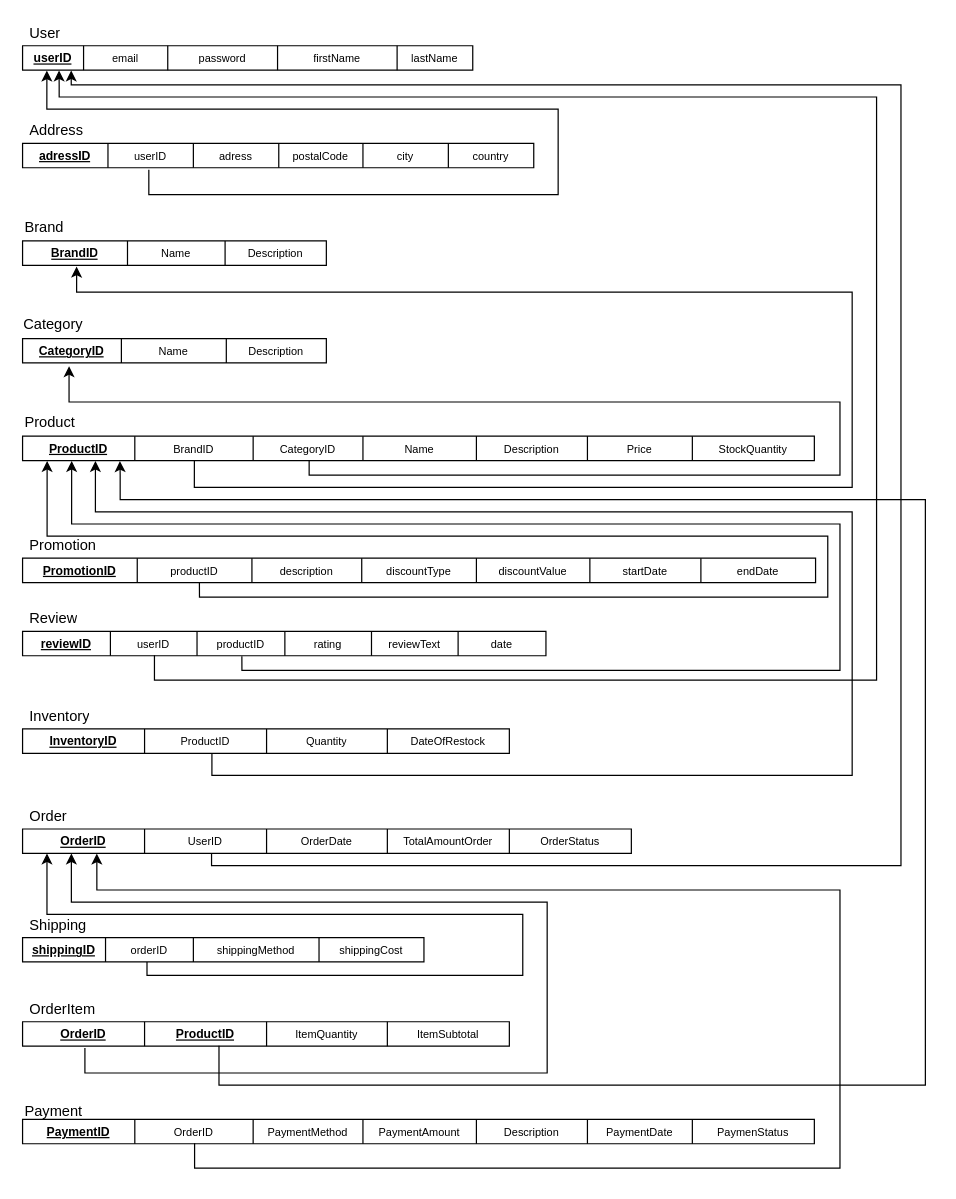
Above: page "Relational schema" (6 of 8) of database-models/ER models.drawio in emilkle/electromart-ecom-website (draw.io), before the change. Source tidied: cells renumbered, new cells numbered last; positions are measured from the earlier drawing's top-left corner, leaving out a move shared by most shapes. Both pictures are drawn from the tidied source at 122%, with x=0, y=0 at pixel (21, 21).
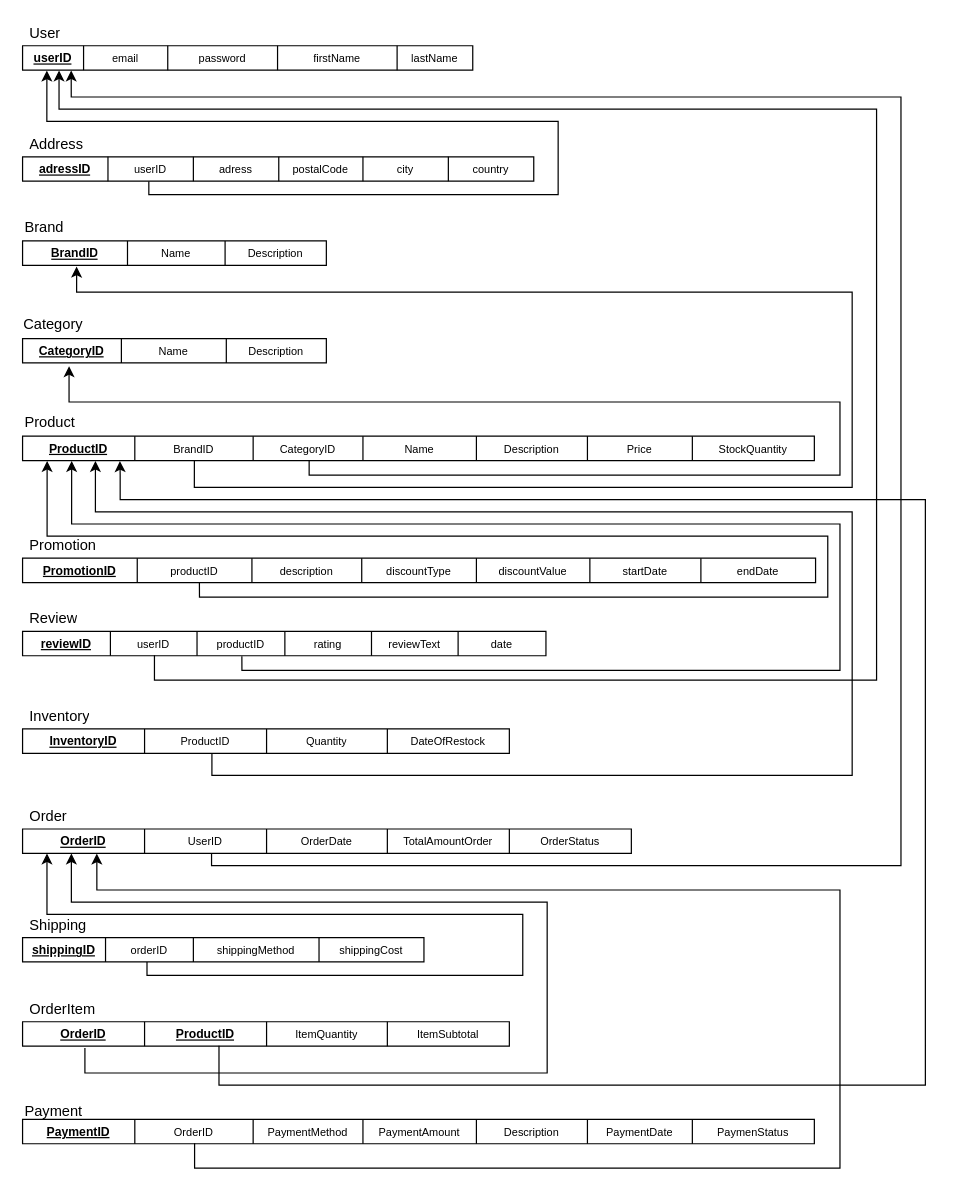
The same diagram, later.

The change refers to these unchanged cells:
```xml
<mxCell id="36" style="shape=tableRow;horizontal=0;startSize=0;swimlaneHead=0;swimlaneBody=0;top=0;left=0;bottom=0;right=0;fillColor=none;points=[[0,0.5],[1,0.5]];portConstraint=eastwest;" parent="35" vertex="1">
  <mxGeometry width="369" height="20" as="geometry" />
</mxCell>
<mxCell id="44" style="shape=tableRow;horizontal=0;startSize=0;swimlaneHead=0;swimlaneBody=0;top=0;left=0;bottom=0;right=0;fillColor=none;points=[[0,0.5],[1,0.5]];portConstraint=eastwest;" parent="43" vertex="1">
  <mxGeometry width="419" height="20" as="geometry" />
</mxCell>
```

Change to the diagram source:
```diff
@@
-    <mxCell id="42" style="edgeStyle=orthogonalEdgeStyle;rounded=0;jettySize=auto;html=1;fontSize=10;exitX=0.247;exitY=1.086;exitDx=0;exitDy=0;exitPerimeter=0;entryX=0.054;entryY=1.018;entryDx=0;entryDy=0;entryPerimeter=0;" parent="1" edge="1" source="44" target="36">
+    <mxCell id="42" style="edgeStyle=orthogonalEdgeStyle;rounded=0;jettySize=auto;html=1;fontSize=10;exitX=0.247;exitY=0.999;exitDx=0;exitDy=0;exitPerimeter=0;entryX=0.054;entryY=1.018;entryDx=0;entryDy=0;entryPerimeter=0;" parent="1" edge="1" source="43" target="36">
       <mxGeometry relative="1" as="geometry">
         <Array as="points">
           <mxPoint x="105" y="142" />
           <mxPoint x="440" y="142" />
-          <mxPoint x="440" y="72" />
-          <mxPoint x="21" y="72" />
+          <mxPoint x="440" y="82" />
+          <mxPoint x="21" y="82" />
         </Array>
       </mxGeometry>
     </mxCell>
     <mxCell id="43" style="shape=table;html=1;whiteSpace=wrap;startSize=0;childLayout=tableLayout;" parent="1" vertex="1">
-      <mxGeometry x="1" y="100" width="419" height="20" as="geometry" />
+      <mxGeometry x="1" y="111" width="419" height="20" as="geometry" />
     </mxCell>
@@
     <mxCell id="52" value="&lt;font style=&quot;font-size: 12px;&quot;&gt;Address&lt;/font&gt;" style="text;strokeColor=none;fillColor=none;align=left;verticalAlign=middle;spacingLeft=4;spacingRight=4;overflow=hidden;whiteSpace=wrap;html=1;" parent="1" vertex="1">
-      <mxGeometry x="1" y="80" width="80" height="20" as="geometry" />
+      <mxGeometry x="1" y="91" width="80" height="20" as="geometry" />
     </mxCell>
@@
     <mxCell id="103" style="edgeStyle=orthogonalEdgeStyle;rounded=0;jettySize=auto;html=1;fontSize=10;exitX=0.247;exitY=1.086;exitDx=0;exitDy=0;exitPerimeter=0;entryX=0.081;entryY=1.013;entryDx=0;entryDy=0;entryPerimeter=0;" parent="1" edge="1" target="36">
       <mxGeometry relative="1" as="geometry">
         <mxPoint x="109.1" y="519.6" as="sourcePoint" />
         <Array as="points">
           <mxPoint x="109" y="540" />
           <mxPoint x="701" y="540" />
-          <mxPoint x="701" y="62" />
-          <mxPoint x="31" y="62" />
-          <mxPoint x="31" y="52" />
-          <mxPoint x="31" y="52" />
+          <mxPoint x="701" y="72" />
+          <mxPoint x="31" y="72" />
         </Array>
       </mxGeometry>
     </mxCell>
@@
     <mxCell id="106" style="edgeStyle=orthogonalEdgeStyle;rounded=0;jettySize=auto;html=1;fontSize=10;exitX=0.247;exitY=1.086;exitDx=0;exitDy=0;exitPerimeter=0;entryX=0.108;entryY=1.013;entryDx=0;entryDy=0;entryPerimeter=0;" parent="1" edge="1" target="36">
       <mxGeometry relative="1" as="geometry">
         <mxPoint x="155.9" y="681.6" as="sourcePoint" />
         <Array as="points">
           <mxPoint x="156" y="692" />
           <mxPoint x="721" y="692" />
-          <mxPoint x="721" y="52" />
-          <mxPoint x="41" y="52" />
+          <mxPoint x="721" y="62" />
+          <mxPoint x="41" y="62" />
         </Array>
       </mxGeometry>
     </mxCell>
```
